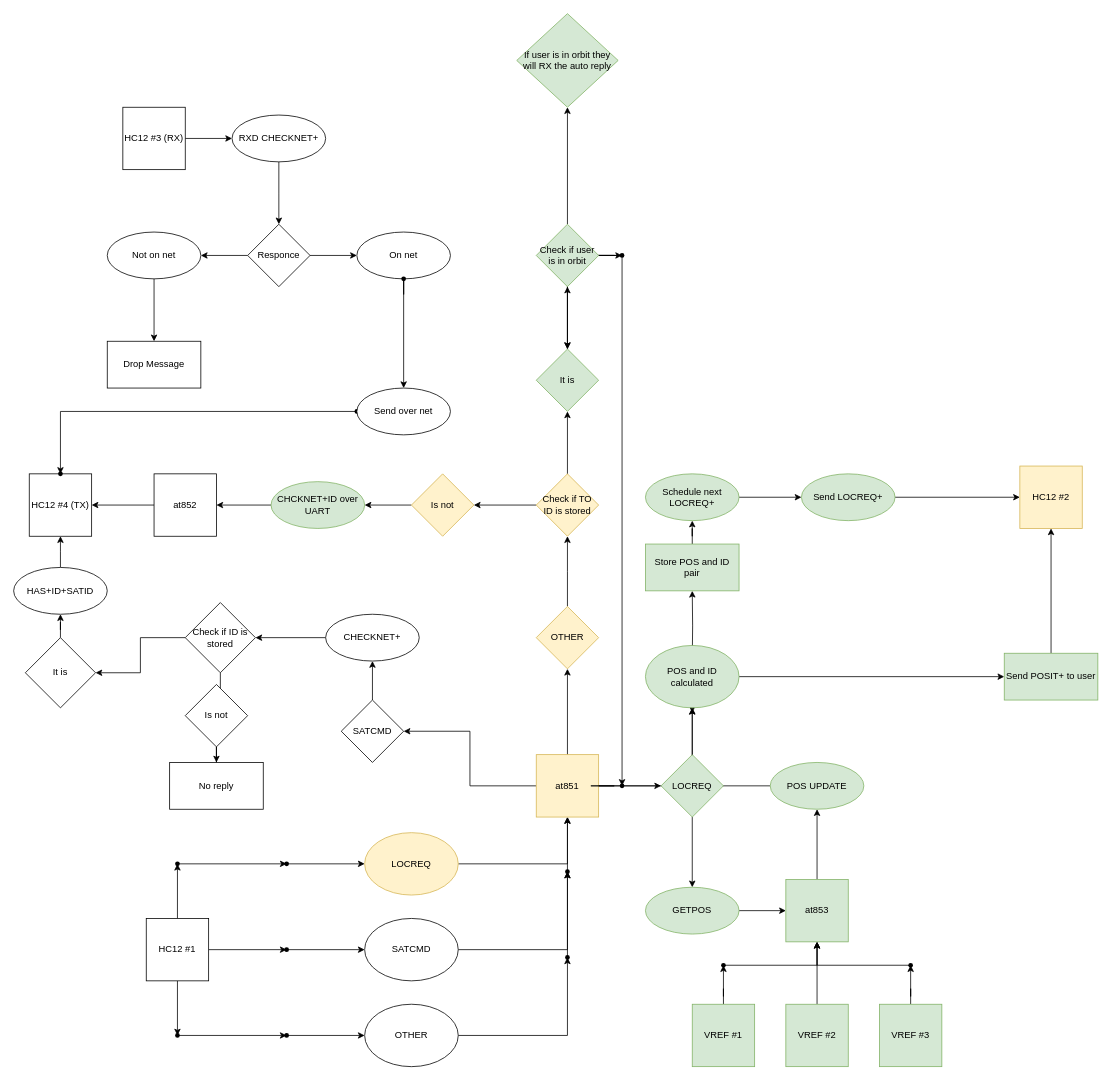
lakefox/CARD_SAT keeps this draw.io diagram as assets/software_specs.drawio. Above is the earlier version. Source tidied: cells renumbered, new cells numbered last; positions are measured from the earlier drawing's top-left corner, leaving out a move shared by most shapes. Both pictures are drawn from the tidied source at 78%, with x=0, y=0 at pixel (13, 13).
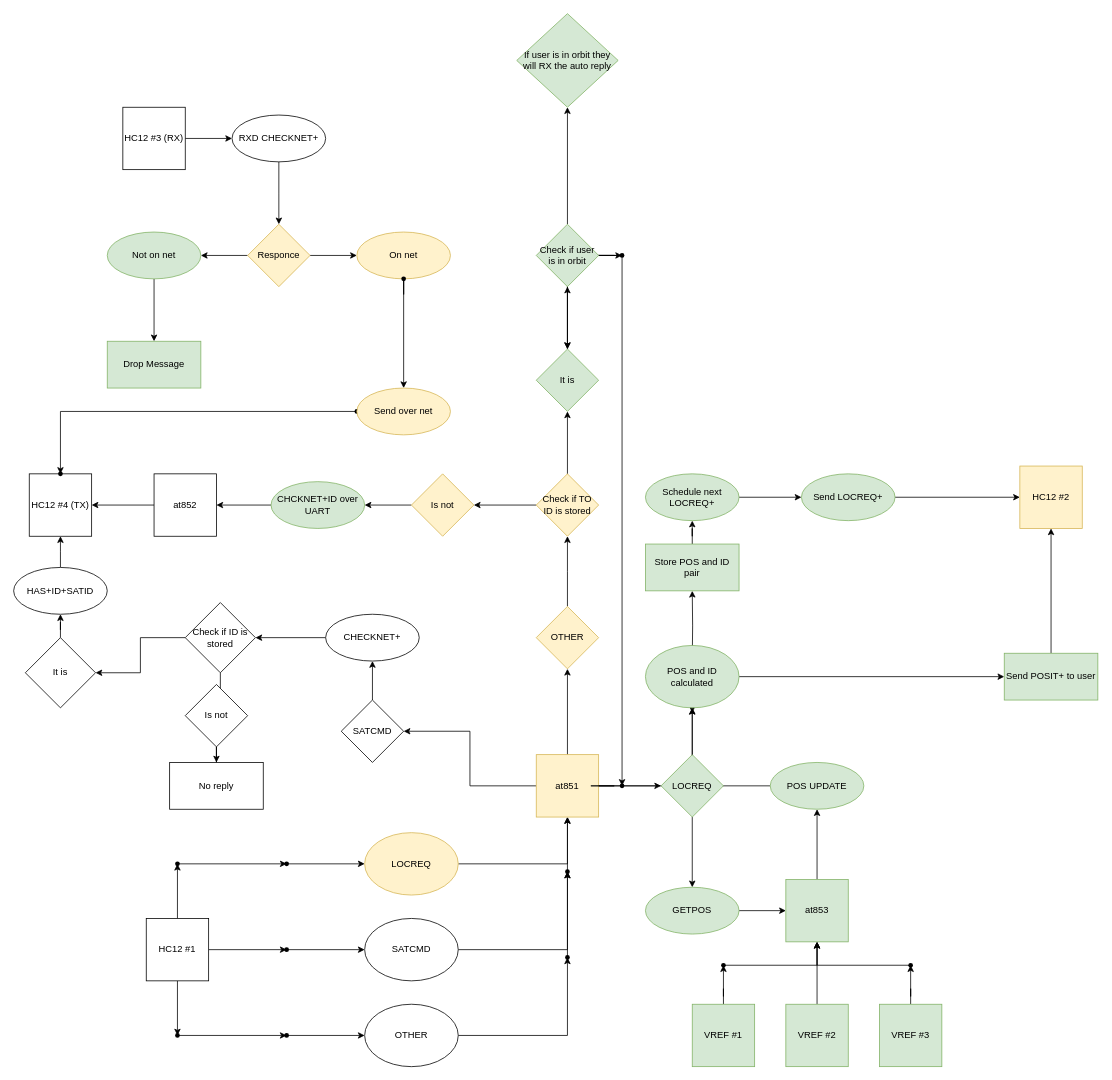
Above is the later version.

Change to the diagram source:
```diff
@@
-    <mxCell id="80" value="Responce" style="rhombus;whiteSpace=wrap;html=1;" parent="1" vertex="1">
+    <mxCell id="80" value="Responce" style="rhombus;whiteSpace=wrap;html=1;fillColor=#fff2cc;strokeColor=#d6b656;" parent="1" vertex="1">
       <mxGeometry x="300" y="270" width="80" height="80" as="geometry" />
     </mxCell>
@@
-    <mxCell id="82" value="Not on net" style="ellipse;whiteSpace=wrap;html=1;" parent="1" vertex="1">
+    <mxCell id="82" value="Not on net" style="ellipse;whiteSpace=wrap;html=1;fillColor=#d5e8d4;strokeColor=#82b366;" parent="1" vertex="1">
       <mxGeometry x="120" y="280" width="120" height="60" as="geometry" />
     </mxCell>
@@
-    <mxCell id="88" value="On net" style="ellipse;whiteSpace=wrap;html=1;" parent="1" vertex="1">
+    <mxCell id="88" value="On net" style="ellipse;whiteSpace=wrap;html=1;fillColor=#fff2cc;strokeColor=#d6b656;" parent="1" vertex="1">
       <mxGeometry x="440" y="280" width="120" height="60" as="geometry" />
     </mxCell>
@@
-    <mxCell id="91" value="Drop Message" style="whiteSpace=wrap;html=1;" parent="1" vertex="1">
+    <mxCell id="91" value="Drop Message" style="whiteSpace=wrap;html=1;fillColor=#d5e8d4;strokeColor=#82b366;" parent="1" vertex="1">
       <mxGeometry x="120" y="420" width="120" height="60" as="geometry" />
     </mxCell>
-    <mxCell id="92" value="Send over net" style="ellipse;whiteSpace=wrap;html=1;sketch=0;" parent="1" vertex="1">
+    <mxCell id="92" value="Send over net" style="ellipse;whiteSpace=wrap;html=1;sketch=0;fillColor=#fff2cc;strokeColor=#d6b656;" parent="1" vertex="1">
       <mxGeometry x="440" y="480" width="120" height="60" as="geometry" />
     </mxCell>
```
